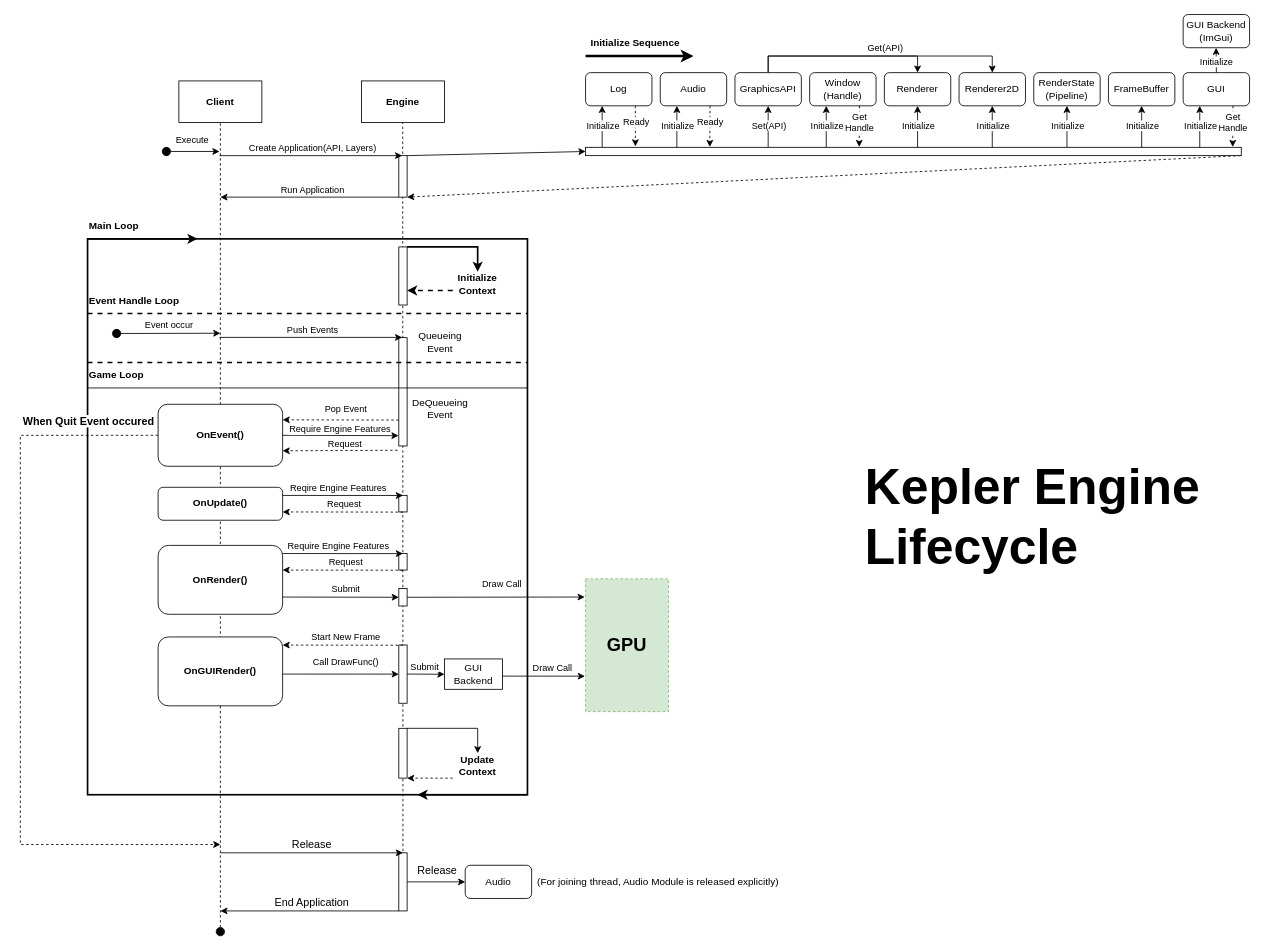
Earlier version of the draw.io diagram Documents/LifeCycle/Kepler-Lifecycle.drawio (Hamsik2rang/Kepler). Source tidied: cells renumbered, new cells numbered last; positions are measured from the earlier drawing's top-left corner, leaving out a move shared by most shapes. Both pictures are drawn from the tidied source at 83%, with x=0, y=0 at pixel (20, 14).
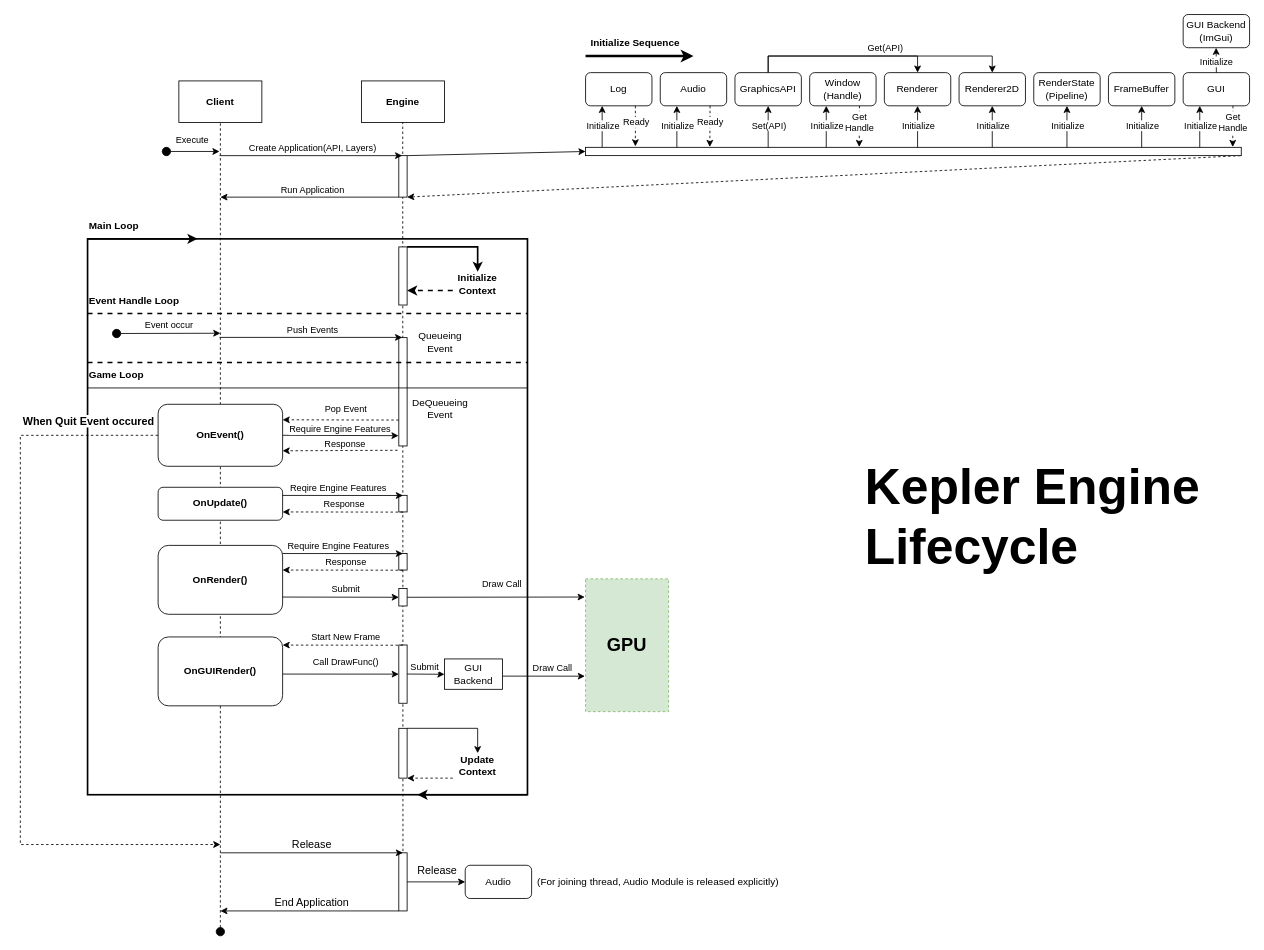
The same diagram, later.

The change refers to these unchanged cells:
```xml
<mxCell id="45" style="endArrow=classic;html=1;rounded=0;strokeWidth=1;entryX=1;entryY=0.75;entryDx=0;entryDy=0;dashed=1;" parent="1" edge="1">
  <mxGeometry relative="1" as="geometry">
    <mxPoint x="461" y="599.5" as="sourcePoint" />
    <mxPoint x="316" y="599.3" as="targetPoint" />
  </mxGeometry>
</mxCell>
<mxCell id="51" style="endArrow=classic;html=1;rounded=0;strokeWidth=1;entryX=1;entryY=0.75;entryDx=0;entryDy=0;dashed=1;" parent="1" edge="1">
  <mxGeometry relative="1" as="geometry">
    <mxPoint x="461" y="669.5" as="sourcePoint" />
    <mxPoint x="316" y="669.3" as="targetPoint" />
  </mxGeometry>
</mxCell>
```

Change to the diagram source:
```diff
@@
-    <mxCell id="46" value="Request" style="edgeLabel;html=1;align=center;verticalAlign=middle;" parent="45" vertex="1">
+    <mxCell id="46" value="Response" style="edgeLabel;html=1;align=center;verticalAlign=middle;" parent="45" vertex="1">
       <mxGeometry x="-0.19" y="1" relative="1" as="geometry">
         <mxPoint x="-12" y="-11" as="offset" />
       </mxGeometry>
     </mxCell>
@@
-    <mxCell id="52" value="Request" style="edgeLabel;html=1;align=center;verticalAlign=middle;" parent="51" vertex="1">
+    <mxCell id="52" value="Response" style="edgeLabel;html=1;align=center;verticalAlign=middle;" parent="51" vertex="1">
       <mxGeometry x="-0.55" y="-3" relative="1" as="geometry">
         <mxPoint x="-37" y="-7" as="offset" />
       </mxGeometry>
     </mxCell>
-    <mxCell id="53" value="Request" style="edgeLabel;html=1;align=center;verticalAlign=middle;" parent="1" vertex="1">
+    <mxCell id="53" value="Response" style="edgeLabel;html=1;align=center;verticalAlign=middle;" parent="1" vertex="1">
       <mxGeometry x="371" y="526.6" as="geometry">
         <mxPoint x="19" y="-10" as="offset" />
       </mxGeometry>
     </mxCell>
```
